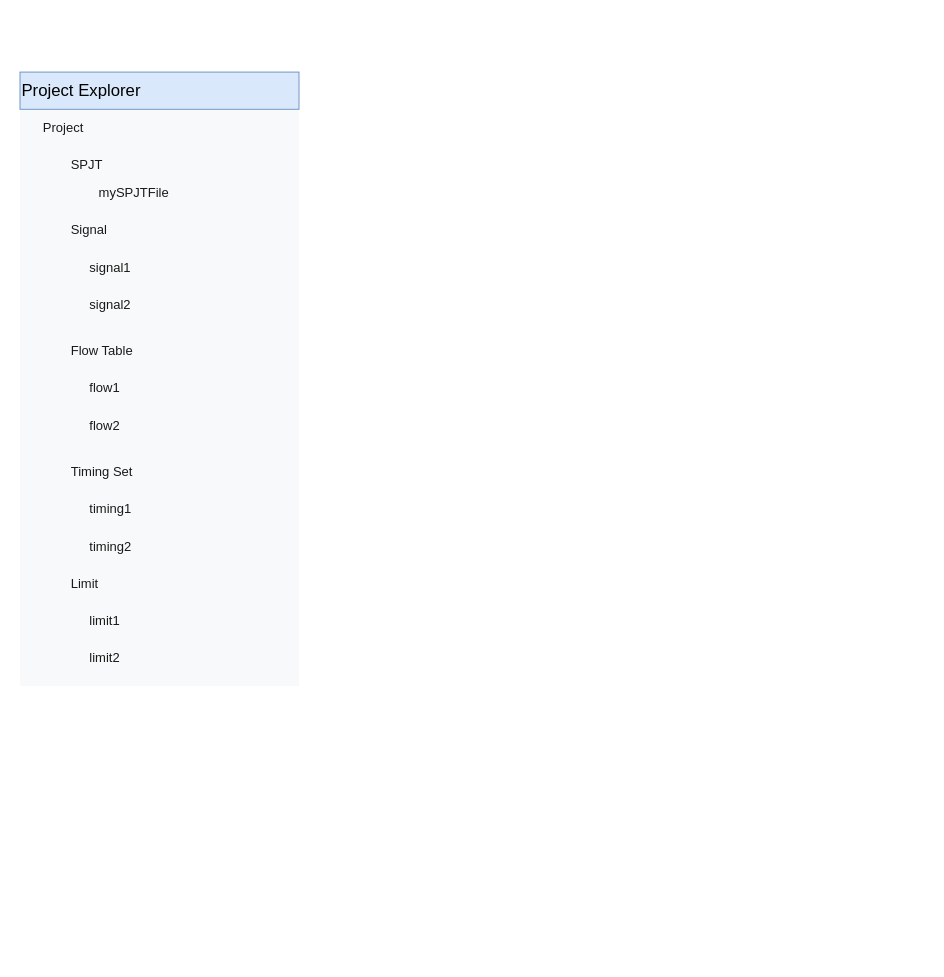
Above: page "Project Explorer" (1 of 2) of SG9KG5/UI Design/Test Program Editor.drawio in Jasson-Chou/Software-Projects (draw.io), before the change. Source tidied: cells renumbered, new cells numbered last; positions are measured from the earlier drawing's top-left corner, leaving out a move shared by most shapes. Both pictures are drawn from the tidied source at 93%, with x=0, y=0 at pixel (20, 72).
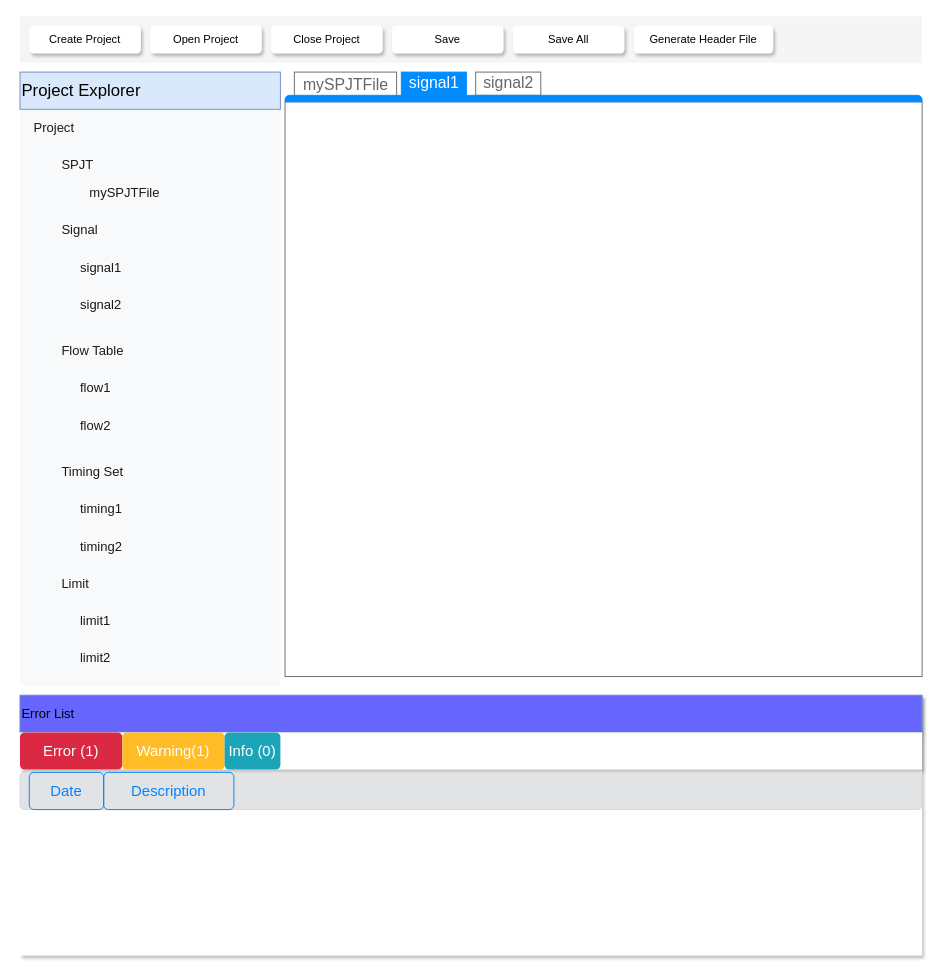
The same diagram, later.

What changed in the source:
```diff
@@
+    <mxCell id="19" style="group;" parent="1" vertex="1">
+      <mxGeometry y="670" width="970" height="280" as="geometry" />
+    </mxCell>
+    <mxCell id="20" style="rounded=0;whiteSpace=wrap;html=1;shadow=1;strokeColor=none;" parent="19" vertex="1">
+      <mxGeometry width="970" height="280" as="geometry" />
+    </mxCell>
+    <mxCell id="21" value="Error List" style="rounded=0;whiteSpace=wrap;html=1;shadow=1;strokeColor=#6c8ebf;align=left;fontSize=14;fillColor=#6666FF;" parent="19" vertex="1">
+      <mxGeometry width="970" height="40" as="geometry" />
+    </mxCell>
+    <mxCell id="22" style="rounded=0;whiteSpace=wrap;html=1;shadow=1;strokeColor=none;align=left;fontSize=14;" parent="19" vertex="1">
+      <mxGeometry y="40" width="970" height="40" as="geometry" />
+    </mxCell>
+    <mxCell id="23" style="html=1;shadow=0;dashed=0;shape=mxgraph.bootstrap.rrect;rSize=5;strokeColor=#D6D8DB;strokeWidth=1;fillColor=#E2E3E5;fontColor=#383D41;whiteSpace=wrap;align=left;verticalAlign=middle;spacingLeft=10;" parent="19" vertex="1">
+      <mxGeometry y="83" width="970" height="40" as="geometry" />
+    </mxCell>
+    <mxCell id="24" value="Date" style="html=1;shadow=0;dashed=0;shape=mxgraph.bootstrap.rrect;rSize=5;strokeColor=#0085FC;strokeWidth=1;fillColor=none;fontColor=#0085FC;whiteSpace=wrap;align=center;verticalAlign=middle;spacingLeft=0;fontStyle=0;fontSize=16;spacing=5;" parent="19" vertex="1">
+      <mxGeometry x="10" y="83" width="80" height="40" as="geometry" />
+    </mxCell>
+    <mxCell id="25" value="Description" style="html=1;shadow=0;dashed=0;shape=mxgraph.bootstrap.rrect;rSize=5;strokeColor=#0085FC;strokeWidth=1;fillColor=none;fontColor=#0085FC;whiteSpace=wrap;align=center;verticalAlign=middle;spacingLeft=0;fontStyle=0;fontSize=16;spacing=5;" parent="19" vertex="1">
+      <mxGeometry x="90" y="83" width="140" height="40" as="geometry" />
+    </mxCell>
+    <mxCell id="26" value="Error (1)" style="html=1;shadow=0;dashed=0;shape=mxgraph.bootstrap.rrect;rSize=5;strokeColor=none;strokeWidth=1;fillColor=#DB2843;fontColor=#FFFFFF;whiteSpace=wrap;align=center;verticalAlign=middle;spacingLeft=0;fontStyle=0;fontSize=16;spacing=5;" parent="19" vertex="1">
+      <mxGeometry y="40" width="110" height="40" as="geometry" />
+    </mxCell>
+    <mxCell id="27" value="Warning(1)" style="html=1;shadow=0;dashed=0;shape=mxgraph.bootstrap.rrect;rSize=5;strokeColor=none;strokeWidth=1;fillColor=#FFBC26;fontColor=#FFFFFF;whiteSpace=wrap;align=center;verticalAlign=middle;spacingLeft=0;fontStyle=0;fontSize=16;spacing=5;" parent="19" vertex="1">
+      <mxGeometry x="110" y="40" width="110" height="40" as="geometry" />
+    </mxCell>
+    <mxCell id="28" value="Info (0)" style="html=1;shadow=0;dashed=0;shape=mxgraph.bootstrap.rrect;rSize=5;strokeColor=none;strokeWidth=1;fillColor=#1CA5B8;fontColor=#FFFFFF;whiteSpace=wrap;align=center;verticalAlign=middle;spacingLeft=0;fontStyle=0;fontSize=16;spacing=5;" parent="19" vertex="1">
+      <mxGeometry x="220" y="40" width="60" height="40" as="geometry" />
+    </mxCell>
     <mxCell id="2" style="fillColor=#F8F9FA;strokeColor=none;align=left;fontSize=14;fontColor=#323232;" parent="1" vertex="1">
-      <mxGeometry width="300" height="660" as="geometry" />
+      <mxGeometry width="280" height="660" as="geometry" />
     </mxCell>
     <mxCell id="3" value="Project Explorer" style="html=1;shadow=0;dashed=0;fillColor=#dae8fc;strokeColor=#6c8ebf;perimeter=none;whiteSpace=wrap;align=left;fontSize=18;" parent="2" vertex="1">
-      <mxGeometry width="300" height="40" relative="1" as="geometry" />
+      <mxGeometry width="280" height="40" relative="1" as="geometry" />
     </mxCell>
@@
+    <mxCell id="29" style="rounded=0;whiteSpace=wrap;html=1;fillColor=#f5f5f5;fontColor=#333333;strokeColor=none;" parent="1" vertex="1">
+      <mxGeometry y="-60" width="970" height="50" as="geometry" />
+    </mxCell>
+    <mxCell id="30" value="Create Project" style="rounded=1;whiteSpace=wrap;html=1;strokeColor=none;shadow=1;" parent="1" vertex="1">
+      <mxGeometry x="10" y="-50" width="120" height="30" as="geometry" />
+    </mxCell>
+    <mxCell id="31" value="Open Project" style="rounded=1;whiteSpace=wrap;html=1;strokeColor=none;shadow=1;" parent="1" vertex="1">
+      <mxGeometry x="140" y="-50" width="120" height="30" as="geometry" />
+    </mxCell>
+    <mxCell id="32" value="Save" style="rounded=1;whiteSpace=wrap;html=1;strokeColor=none;shadow=1;" parent="1" vertex="1">
+      <mxGeometry x="400" y="-50" width="120" height="30" as="geometry" />
+    </mxCell>
+    <mxCell id="33" value="Save All" style="rounded=1;whiteSpace=wrap;html=1;strokeColor=none;shadow=1;" parent="1" vertex="1">
+      <mxGeometry x="530" y="-50" width="120" height="30" as="geometry" />
+    </mxCell>
+    <mxCell id="34" value="Close Project" style="rounded=1;whiteSpace=wrap;html=1;strokeColor=none;shadow=1;" parent="1" vertex="1">
+      <mxGeometry x="270" y="-50" width="120" height="30" as="geometry" />
+    </mxCell>
+    <mxCell id="35" value="Generate Header File" style="rounded=1;whiteSpace=wrap;html=1;strokeColor=none;shadow=1;" parent="1" vertex="1">
+      <mxGeometry x="660" y="-50" width="150" height="30" as="geometry" />
+    </mxCell>
+    <mxCell id="36" style="strokeWidth=1;shadow=0;dashed=0;align=center;html=1;shape=mxgraph.mockup.containers.marginRect2;rectMarginTop=32;strokeColor=#666666;gradientColor=none;fontSize=14;" parent="1" vertex="1">
+      <mxGeometry x="285" width="685" height="650" as="geometry" />
+    </mxCell>
+    <mxCell id="37" value="mySPJTFile" style="strokeColor=inherit;fillColor=inherit;gradientColor=inherit;strokeWidth=1;shadow=0;dashed=0;align=center;html=1;shape=mxgraph.mockup.containers.rrect;rSize=0;fontSize=17;fontColor=#666666;gradientColor=none;" parent="36" vertex="1">
+      <mxGeometry width="110" height="30" relative="1" as="geometry">
+        <mxPoint x="10" as="offset" />
+      </mxGeometry>
+    </mxCell>
+    <mxCell id="38" value="signal1" style="strokeWidth=1;shadow=0;dashed=0;align=center;html=1;shape=mxgraph.mockup.containers.rrect;rSize=0;fontSize=17;fontColor=#ffffff;strokeColor=#008cff;fillColor=#008cff;" parent="36" vertex="1">
+      <mxGeometry width="70" height="25" relative="1" as="geometry">
+        <mxPoint x="125" as="offset" />
+      </mxGeometry>
+    </mxCell>
+    <mxCell id="39" value="signal2" style="strokeColor=inherit;fillColor=inherit;gradientColor=inherit;strokeWidth=1;shadow=0;dashed=0;align=center;html=1;shape=mxgraph.mockup.containers.rrect;rSize=0;fontSize=17;fontColor=#666666;gradientColor=none;" parent="36" vertex="1">
+      <mxGeometry width="70" height="25" relative="1" as="geometry">
+        <mxPoint x="205" as="offset" />
+      </mxGeometry>
+    </mxCell>
+    <mxCell id="40" style="strokeWidth=1;shadow=0;dashed=0;align=center;html=1;shape=mxgraph.mockup.containers.topButton;rSize=5;strokeColor=#008cff;fillColor=#008cff;gradientColor=none;" parent="36" vertex="1">
+      <mxGeometry width="685" height="7" relative="1" as="geometry">
+        <mxPoint y="25" as="offset" />
+      </mxGeometry>
+    </mxCell>
```
